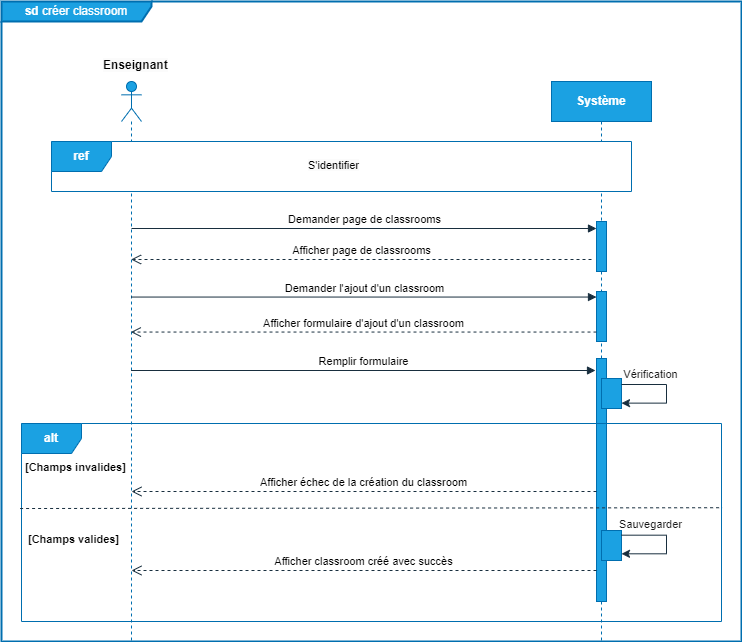
Earlier version of the draw.io export docs/images/chp3/fig7.png (undrstnd-labs/education). Source tidied: cells renumbered, new cells last; positions are measured from the earlier drawing's top-left corner, leaving out a move shared by most shapes. Its diagram source:
```xml
<mxGraphModel>
  <root>
    <mxCell id="0" />
    <mxCell id="1" parent="0" />
    <mxCell id="2" value="&lt;b&gt;sd &lt;/b&gt;créer classroom" style="shape=umlFrame;whiteSpace=wrap;html=1;width=150;height=20;labelBackgroundColor=none;fillColor=#1ba1e2;strokeColor=#006EAF;fontColor=#FFFFFF;strokeWidth=2;" parent="1" vertex="1">
      <mxGeometry width="740" height="640" as="geometry" />
    </mxCell>
    <mxCell id="3" style="shape=umlLifeline;perimeter=lifelinePerimeter;whiteSpace=wrap;html=1;newEdgeStyle={&quot;curved&quot;:0,&quot;rounded&quot;:0};participant=umlActor;labelBackgroundColor=none;fillColor=#1ba1e2;strokeColor=#006EAF;fontColor=#ffffff;" parent="1" vertex="1">
      <mxGeometry x="120" y="80" width="20" height="560" as="geometry" />
    </mxCell>
    <mxCell id="4" value="&lt;b&gt;Système&lt;/b&gt;" style="shape=umlLifeline;perimeter=lifelinePerimeter;whiteSpace=wrap;html=1;newEdgeStyle={&quot;curved&quot;:0,&quot;rounded&quot;:0};labelBackgroundColor=none;fillColor=#1ba1e2;strokeColor=#006EAF;fontColor=#FFFFFF;" parent="1" vertex="1">
      <mxGeometry x="550" y="80" width="100" height="560" as="geometry" />
    </mxCell>
    <mxCell id="5" style="html=1;perimeter=orthogonalPerimeter;targetShapes=umlLifeline;newEdgeStyle={&quot;curved&quot;:0,&quot;rounded&quot;:0};labelBackgroundColor=none;fillColor=#1ba1e2;strokeColor=#006EAF;fontColor=#ffffff;" parent="4" vertex="1">
      <mxGeometry x="45" y="140" width="10" height="50" as="geometry" />
    </mxCell>
    <mxCell id="6" style="html=1;perimeter=orthogonalPerimeter;targetShapes=umlLifeline;newEdgeStyle={&quot;curved&quot;:0,&quot;rounded&quot;:0};labelBackgroundColor=none;fillColor=#1ba1e2;strokeColor=#006EAF;fontColor=#ffffff;" parent="4" vertex="1">
      <mxGeometry x="45" y="210" width="10" height="50" as="geometry" />
    </mxCell>
    <mxCell id="7" style="html=1;points=[[0,0,0,0,5],[0,1,0,0,-5],[1,0,0,0,5],[1,1,0,0,-5]];perimeter=orthogonalPerimeter;outlineConnect=0;targetShapes=umlLifeline;portConstraint=eastwest;newEdgeStyle={&quot;curved&quot;:0,&quot;rounded&quot;:0};labelBackgroundColor=none;fillColor=#1ba1e2;strokeColor=#006EAF;fontColor=#ffffff;" parent="4" vertex="1">
      <mxGeometry x="45" y="277" width="10" height="243" as="geometry" />
    </mxCell>
    <mxCell id="8" style="html=1;perimeter=orthogonalPerimeter;targetShapes=umlLifeline;newEdgeStyle={&quot;curved&quot;:0,&quot;rounded&quot;:0};labelBackgroundColor=none;fillColor=#1ba1e2;strokeColor=#006EAF;fontColor=#ffffff;" parent="4" vertex="1">
      <mxGeometry x="50" y="297" width="20" height="30" as="geometry" />
    </mxCell>
    <mxCell id="9" value="&lt;b style=&quot;color: rgb(0, 0, 0); font-family: Helvetica; font-size: 12px; font-style: normal; font-variant-ligatures: normal; font-variant-caps: normal; letter-spacing: normal; orphans: 2; text-align: center; text-indent: 0px; text-transform: none; widows: 2; word-spacing: 0px; -webkit-text-stroke-width: 0px; white-space: normal; background-color: rgb(251, 251, 251); text-decoration-thickness: initial; text-decoration-style: initial; text-decoration-color: initial;&quot;&gt;Enseignant&lt;/b&gt;" style="text;whiteSpace=wrap;html=1;labelBackgroundColor=none;fontColor=#1A1A1A;" parent="1" vertex="1">
      <mxGeometry x="100" y="50" width="80" height="40" as="geometry" />
    </mxCell>
    <mxCell id="10" value="Demander page de classrooms" style="html=1;verticalAlign=bottom;endArrow=block;curved=0;rounded=0;labelBackgroundColor=none;strokeColor=#182E3E;fontColor=default;" parent="1" edge="1">
      <mxGeometry relative="1" as="geometry">
        <mxPoint x="130" y="227" as="sourcePoint" />
        <mxPoint x="595" y="227" as="targetPoint" />
      </mxGeometry>
    </mxCell>
    <mxCell id="11" value="Afficher page de classrooms" style="html=1;verticalAlign=bottom;endArrow=open;dashed=1;endSize=8;curved=0;rounded=0;labelBackgroundColor=none;strokeColor=#182E3E;fontColor=default;" parent="1" edge="1">
      <mxGeometry relative="1" as="geometry">
        <mxPoint x="590" y="258" as="sourcePoint" />
        <mxPoint x="129.6" y="258" as="targetPoint" />
      </mxGeometry>
    </mxCell>
    <mxCell id="12" value="Demander l'ajout d'un classroom" style="html=1;verticalAlign=bottom;endArrow=block;curved=0;rounded=0;labelBackgroundColor=none;strokeColor=#182E3E;fontColor=default;" parent="1" edge="1">
      <mxGeometry relative="1" as="geometry">
        <mxPoint x="130" y="295.6" as="sourcePoint" />
        <mxPoint x="595" y="295.5" as="targetPoint" />
      </mxGeometry>
    </mxCell>
    <mxCell id="13" value="Afficher formulaire d'ajout d'un classroom" style="html=1;verticalAlign=bottom;endArrow=open;dashed=1;endSize=8;curved=0;rounded=0;labelBackgroundColor=none;strokeColor=#182E3E;fontColor=default;" parent="1" edge="1">
      <mxGeometry relative="1" as="geometry">
        <mxPoint x="595" y="330.6" as="sourcePoint" />
        <mxPoint x="129.4" y="330.5" as="targetPoint" />
      </mxGeometry>
    </mxCell>
    <mxCell id="14" value="Remplir formulaire" style="html=1;verticalAlign=bottom;endArrow=block;curved=0;rounded=0;labelBackgroundColor=none;strokeColor=#182E3E;fontColor=default;" parent="1" edge="1">
      <mxGeometry relative="1" as="geometry">
        <mxPoint x="129.6" y="369" as="sourcePoint" />
        <mxPoint x="594" y="369" as="targetPoint" />
      </mxGeometry>
    </mxCell>
    <mxCell id="15" style="endArrow=classic;html=1;rounded=0;exitX=1;exitY=0;exitDx=0;exitDy=5;exitPerimeter=0;entryX=1;entryY=1;entryDx=0;entryDy=-5;entryPerimeter=0;labelBackgroundColor=none;strokeColor=#182E3E;fontColor=default;" parent="1" edge="1">
      <mxGeometry relative="1" as="geometry">
        <mxPoint x="620" y="383" as="sourcePoint" />
        <mxPoint x="620" y="401.6" as="targetPoint" />
        <Array as="points">
          <mxPoint x="665" y="383" />
          <mxPoint x="665" y="401.6" />
        </Array>
      </mxGeometry>
    </mxCell>
    <mxCell id="16" value="Vérification" style="edgeLabel;html=1;align=center;verticalAlign=middle;labelBackgroundColor=none;fontColor=#1A1A1A;" parent="15" vertex="1">
      <mxGeometry x="-0.48" relative="1" as="geometry">
        <mxPoint y="-11" as="offset" />
      </mxGeometry>
    </mxCell>
    <mxCell id="17" value="&lt;b&gt;alt&lt;/b&gt;" style="shape=umlFrame;whiteSpace=wrap;html=1;labelBackgroundColor=none;fillColor=#1ba1e2;strokeColor=#006EAF;fontColor=#FFFFFF;" parent="1" vertex="1">
      <mxGeometry x="20" y="422" width="700" height="198" as="geometry" />
    </mxCell>
    <mxCell id="18" style="endArrow=none;dashed=1;html=1;rounded=0;entryX=1.001;entryY=0.486;entryDx=0;entryDy=0;entryPerimeter=0;exitX=-0.002;exitY=0.49;exitDx=0;exitDy=0;exitPerimeter=0;labelBackgroundColor=none;strokeColor=#182E3E;fontColor=default;" parent="1" edge="1">
      <mxGeometry relative="1" as="geometry">
        <mxPoint x="18.6" y="507" as="sourcePoint" />
        <mxPoint x="720.7" y="506.2" as="targetPoint" />
      </mxGeometry>
    </mxCell>
    <mxCell id="19" value="&lt;b style=&quot;color: rgb(0, 0, 0); font-family: Helvetica; font-size: 11px; font-style: normal; font-variant-ligatures: normal; font-variant-caps: normal; letter-spacing: normal; orphans: 2; text-align: center; text-indent: 0px; text-transform: none; widows: 2; word-spacing: 0px; -webkit-text-stroke-width: 0px; white-space: nowrap; text-decoration-thickness: initial; text-decoration-style: initial; text-decoration-color: initial;&quot;&gt;[Champs invalides]&lt;/b&gt;" style="text;whiteSpace=wrap;html=1;labelBackgroundColor=none;fontColor=#1A1A1A;" parent="1" vertex="1">
      <mxGeometry x="22" y="452" width="120" height="50" as="geometry" />
    </mxCell>
    <mxCell id="20" value="&lt;b style=&quot;color: rgb(0, 0, 0); font-family: Helvetica; font-size: 11px; font-style: normal; font-variant-ligatures: normal; font-variant-caps: normal; letter-spacing: normal; orphans: 2; text-align: center; text-indent: 0px; text-transform: none; widows: 2; word-spacing: 0px; -webkit-text-stroke-width: 0px; white-space: nowrap; text-decoration-thickness: initial; text-decoration-style: initial; text-decoration-color: initial;&quot;&gt;[Champs valides]&lt;/b&gt;" style="text;whiteSpace=wrap;html=1;labelBackgroundColor=none;fontColor=#1A1A1A;" parent="1" vertex="1">
      <mxGeometry x="25" y="524" width="120" height="50" as="geometry" />
    </mxCell>
    <mxCell id="21" value="Afficher échec de la création du classroom" style="html=1;verticalAlign=bottom;endArrow=open;dashed=1;endSize=8;curved=0;rounded=0;labelBackgroundColor=none;strokeColor=#182E3E;fontColor=default;" parent="1" edge="1" source="7">
      <mxGeometry relative="1" as="geometry">
        <mxPoint x="130" y="490" as="targetPoint" />
      </mxGeometry>
    </mxCell>
    <mxCell id="22" value="Afficher classroom créé avec succès" style="html=1;verticalAlign=bottom;endArrow=open;dashed=1;endSize=8;curved=0;rounded=0;labelBackgroundColor=none;strokeColor=#182E3E;fontColor=default;" parent="1" edge="1">
      <mxGeometry relative="1" as="geometry">
        <mxPoint x="595" y="569" as="sourcePoint" />
        <mxPoint x="130" y="569" as="targetPoint" />
      </mxGeometry>
    </mxCell>
    <mxCell id="23" value="&lt;b&gt;ref&lt;/b&gt;" style="shape=umlFrame;whiteSpace=wrap;html=1;strokeColor=#006EAF;fontColor=#FFFFFF;fillColor=#1BA1E2;swimlaneFillColor=default;" parent="1" vertex="1">
      <mxGeometry x="50" y="140" width="580" height="50" as="geometry" />
    </mxCell>
    <mxCell id="24" value="&lt;span style=&quot;color: rgb(0, 0, 0); font-family: Helvetica; font-size: 11px; font-style: normal; font-variant-ligatures: normal; font-variant-caps: normal; font-weight: 400; letter-spacing: normal; orphans: 2; text-align: center; text-indent: 0px; text-transform: none; widows: 2; word-spacing: 0px; -webkit-text-stroke-width: 0px; white-space: nowrap; background-color: rgb(251, 251, 251); text-decoration-thickness: initial; text-decoration-style: initial; text-decoration-color: initial; display: inline !important; float: none;&quot;&gt;S'identifier&lt;/span&gt;" style="text;whiteSpace=wrap;html=1;fontColor=#1A1A1A;" parent="1" vertex="1">
      <mxGeometry x="305" y="150" width="190" height="40" as="geometry" />
    </mxCell>
    <mxCell id="25" style="html=1;perimeter=orthogonalPerimeter;targetShapes=umlLifeline;newEdgeStyle={&quot;curved&quot;:0,&quot;rounded&quot;:0};labelBackgroundColor=none;fillColor=#1ba1e2;strokeColor=#006EAF;fontColor=#ffffff;" parent="1" vertex="1">
      <mxGeometry x="600" y="529" width="20" height="30" as="geometry" />
    </mxCell>
    <mxCell id="26" style="endArrow=classic;html=1;rounded=0;exitX=1;exitY=0;exitDx=0;exitDy=5;exitPerimeter=0;entryX=1;entryY=1;entryDx=0;entryDy=-5;entryPerimeter=0;labelBackgroundColor=none;strokeColor=#182E3E;fontColor=default;" parent="1" edge="1">
      <mxGeometry relative="1" as="geometry">
        <mxPoint x="620" y="533.7" as="sourcePoint" />
        <mxPoint x="620" y="552.3" as="targetPoint" />
        <Array as="points">
          <mxPoint x="665" y="533.7" />
          <mxPoint x="665" y="552.3" />
        </Array>
      </mxGeometry>
    </mxCell>
    <mxCell id="27" value="Sauvegarder" style="edgeLabel;html=1;align=center;verticalAlign=middle;labelBackgroundColor=none;fontColor=#1A1A1A;" parent="26" vertex="1">
      <mxGeometry x="-0.48" relative="1" as="geometry">
        <mxPoint y="-11" as="offset" />
      </mxGeometry>
    </mxCell>
  </root>
</mxGraphModel>
```
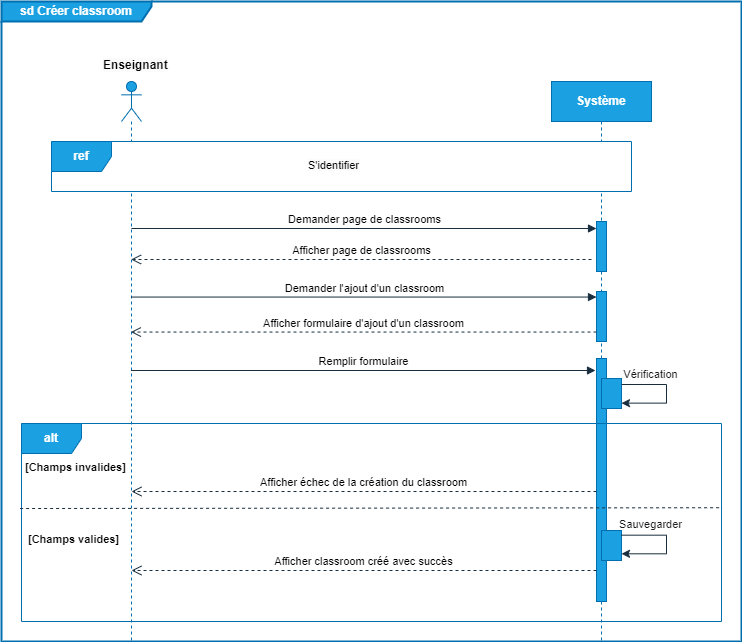
The same diagram one commit later.

Change to the diagram source:
```diff
@@ -2,7 +2,7 @@
   <root>
     <mxCell id="0" />
     <mxCell id="1" parent="0" />
-    <mxCell id="2" value="&lt;b&gt;sd &lt;/b&gt;créer classroom" style="shape=umlFrame;whiteSpace=wrap;html=1;width=150;height=20;labelBackgroundColor=none;fillColor=#1ba1e2;strokeColor=#006EAF;fontColor=#FFFFFF;strokeWidth=2;" parent="1" vertex="1">
+    <mxCell id="2" value="&lt;b&gt;sd Créer classroom&lt;/b&gt;" style="shape=umlFrame;whiteSpace=wrap;html=1;width=150;height=20;labelBackgroundColor=none;fillColor=#1ba1e2;strokeColor=#006EAF;fontColor=#FFFFFF;strokeWidth=2;" parent="1" vertex="1">
       <mxGeometry width="740" height="640" as="geometry" />
     </mxCell>
     <mxCell id="3" style="shape=umlLifeline;perimeter=lifelinePerimeter;whiteSpace=wrap;html=1;newEdgeStyle={&quot;curved&quot;:0,&quot;rounded&quot;:0};participant=umlActor;labelBackgroundColor=none;fillColor=#1ba1e2;strokeColor=#006EAF;fontColor=#ffffff;" parent="1" vertex="1">
```
